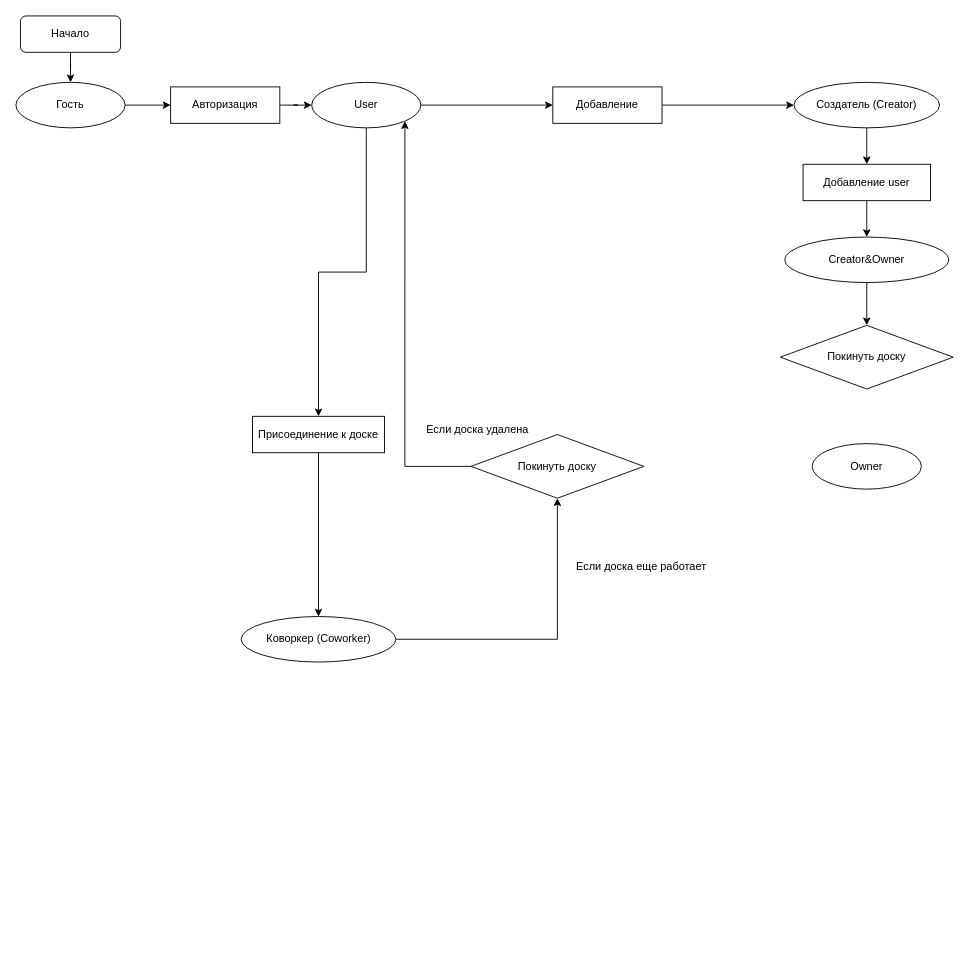
The draw.io diagram Notes.drawio in IvanPolov/team-notes, before the edit. Source tidied: cells renumbered, new cells numbered last; positions are measured from the earlier drawing's top-left corner, leaving out a move shared by most shapes. Both pictures are drawn from the tidied source at 91%, with x=0, y=0 at pixel (15, 15).
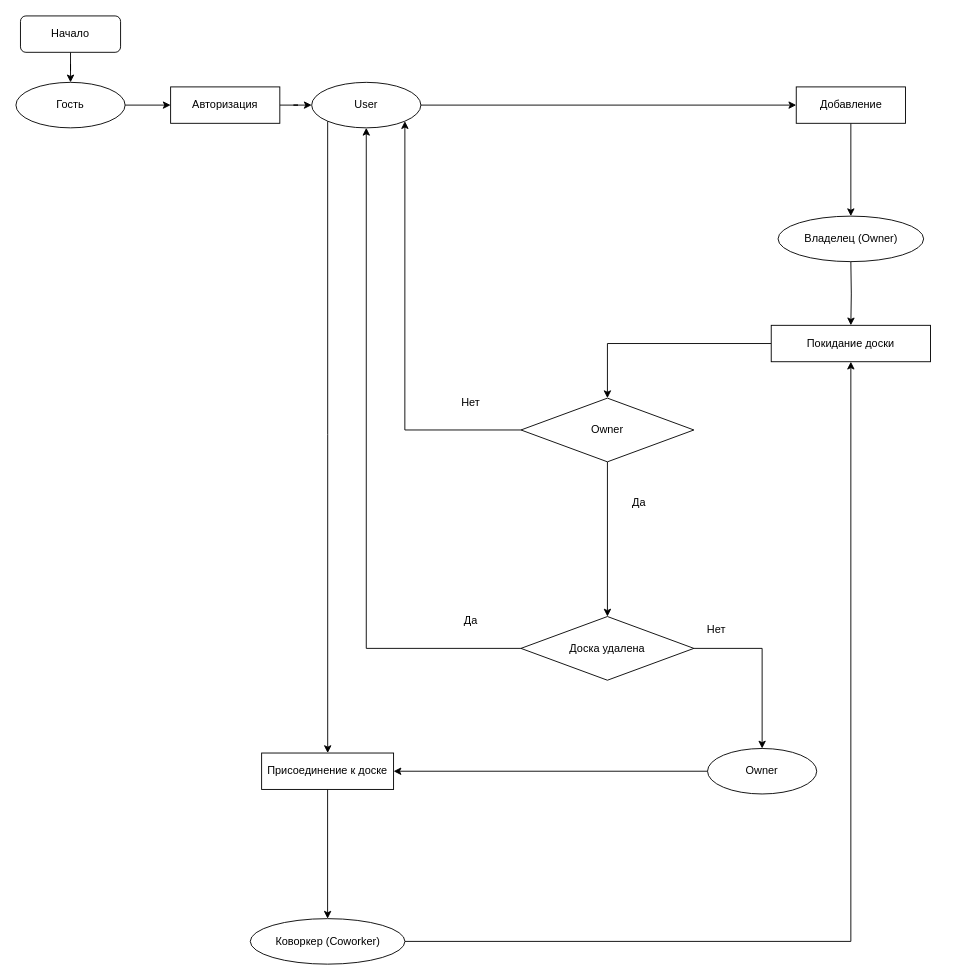
After the change.

The change refers to these unchanged cells:
```xml
<mxCell id="10" value="User" style="ellipse;whiteSpace=wrap;html=1;" parent="1" vertex="1">
  <mxGeometry x="325" y="73" width="120" height="50" as="geometry" />
</mxCell>
```

Diff of the diagram source:
```diff
@@
-    <mxCell id="8" style="edgeStyle=orthogonalEdgeStyle;rounded=0;jettySize=auto;html=1;" parent="1" edge="1" source="10" target="25">
-      <mxGeometry relative="1" as="geometry" />
+    <mxCell id="8" style="edgeStyle=orthogonalEdgeStyle;rounded=0;jettySize=auto;html=1;exitX=0;exitY=1;exitDx=0;exitDy=0;" parent="1" edge="1" source="10" target="25">
+      <mxGeometry relative="1" as="geometry">
+        <Array as="points">
+          <mxPoint x="343" y="460" />
+          <mxPoint x="343" y="460" />
+        </Array>
+      </mxGeometry>
     </mxCell>
@@
-    <mxCell id="11" style="edgeStyle=orthogonalEdgeStyle;rounded=0;jettySize=auto;html=1;" parent="1" edge="1" source="12" target="19">
-      <mxGeometry relative="1" as="geometry" />
-    </mxCell>
-    <mxCell id="12" value="Добавление user" style="rounded=0;whiteSpace=wrap;html=1;" parent="1" vertex="1">
-      <mxGeometry x="865" y="163" width="140" height="40" as="geometry" />
-    </mxCell>
@@
     <mxCell id="14" value="Добавление" style="rounded=0;whiteSpace=wrap;html=1;" parent="1" vertex="1">
-      <mxGeometry x="590" y="78" width="120" height="40" as="geometry" />
+      <mxGeometry x="857.5" y="78" width="120" height="40" as="geometry" />
     </mxCell>
+    <mxCell id="29" style="edgeStyle=orthogonalEdgeStyle;rounded=0;jettySize=auto;html=1;" parent="1" edge="1" source="15" target="25">
+      <mxGeometry relative="1" as="geometry" />
+    </mxCell>
     <mxCell id="15" value="Owner" style="ellipse;whiteSpace=wrap;html=1;" parent="1" vertex="1">
-      <mxGeometry x="875" y="470" width="120" height="50" as="geometry" />
+      <mxGeometry x="760" y="805" width="120" height="50" as="geometry" />
     </mxCell>
-    <mxCell id="16" style="edgeStyle=orthogonalEdgeStyle;rounded=0;jettySize=auto;html=1;entryX=0.5;entryY=1;entryDx=0;entryDy=0;" parent="1" edge="1" source="17" target="23">
-      <mxGeometry relative="1" as="geometry">
-        <Array as="points">
-          <mxPoint x="595" y="685" />
-        </Array>
-      </mxGeometry>
-    </mxCell>
+    <mxCell id="30" style="edgeStyle=orthogonalEdgeStyle;rounded=0;jettySize=auto;html=1;entryX=0.5;entryY=1;entryDx=0;entryDy=0;" parent="1" edge="1" source="17" target="34">
+      <mxGeometry relative="1" as="geometry" />
+    </mxCell>
     <mxCell id="17" value="Коворкер (Coworker)" style="ellipse;whiteSpace=wrap;html=1;" parent="1" vertex="1">
-      <mxGeometry x="247.5" y="660" width="170" height="50" as="geometry" />
+      <mxGeometry x="257.5" y="992" width="170" height="50" as="geometry" />
     </mxCell>
-    <mxCell id="18" style="edgeStyle=orthogonalEdgeStyle;rounded=0;jettySize=auto;html=1;" parent="1" edge="1" source="19" target="28">
-      <mxGeometry relative="1" as="geometry" />
+    <mxCell id="18" style="edgeStyle=orthogonalEdgeStyle;rounded=0;jettySize=auto;html=1;" parent="1" edge="1" target="34">
+      <mxGeometry relative="1" as="geometry">
+        <mxPoint x="917.5" y="270" as="sourcePoint" />
+      </mxGeometry>
     </mxCell>
-    <mxCell id="19" value="Creator&amp;amp;Owner" style="ellipse;whiteSpace=wrap;html=1;" parent="1" vertex="1">
-      <mxGeometry x="845" y="243" width="180" height="50" as="geometry" />
-    </mxCell>
-    <mxCell id="20" style="edgeStyle=orthogonalEdgeStyle;rounded=0;jettySize=auto;html=1;entryX=0.5;entryY=0;entryDx=0;entryDy=0;" parent="1" edge="1" source="21" target="12">
-      <mxGeometry relative="1" as="geometry" />
-    </mxCell>
-    <mxCell id="21" value="Создатель (Creator)" style="ellipse;whiteSpace=wrap;html=1;" parent="1" vertex="1">
-      <mxGeometry x="855" y="73" width="160" height="50" as="geometry" />
+    <mxCell id="21" value="Владелец (Owner)" style="ellipse;whiteSpace=wrap;html=1;" parent="1" vertex="1">
+      <mxGeometry x="837.5" y="220" width="160" height="50" as="geometry" />
     </mxCell>
-    <mxCell id="22" style="edgeStyle=orthogonalEdgeStyle;rounded=0;jettySize=auto;html=1;entryX=1;entryY=1;entryDx=0;entryDy=0;" parent="1" edge="1" source="23" target="10">
-      <mxGeometry relative="1" as="geometry" />
-    </mxCell>
-    <mxCell id="23" value="Покинуть доску" style="rhombus;whiteSpace=wrap;html=1;" parent="1" vertex="1">
-      <mxGeometry x="500" y="460" width="190" height="70" as="geometry" />
-    </mxCell>
     <mxCell id="24" style="edgeStyle=orthogonalEdgeStyle;rounded=0;jettySize=auto;html=1;" parent="1" edge="1" source="25" target="17">
-      <mxGeometry relative="1" as="geometry">
-        <Array as="points">
-          <mxPoint x="333" y="550" />
-          <mxPoint x="333" y="550" />
-        </Array>
-      </mxGeometry>
+      <mxGeometry relative="1" as="geometry" />
     </mxCell>
     <mxCell id="25" value="Присоединение к доске" style="rounded=0;whiteSpace=wrap;html=1;" parent="1" vertex="1">
-      <mxGeometry x="260" y="440" width="145" height="40" as="geometry" />
+      <mxGeometry x="270" y="810" width="145" height="40" as="geometry" />
     </mxCell>
-    <mxCell id="26" value="Если доска удалена" style="text;html=1;strokeColor=none;fillColor=none;align=center;verticalAlign=middle;whiteSpace=wrap;rounded=0;" parent="1" vertex="1">
-      <mxGeometry x="430" y="440" width="155" height="30" as="geometry" />
+    <mxCell id="26" value="Да" style="text;html=1;strokeColor=none;fillColor=none;align=center;verticalAlign=middle;whiteSpace=wrap;rounded=0;" parent="1" vertex="1">
+      <mxGeometry x="480" y="650" width="40" height="30" as="geometry" />
     </mxCell>
-    <mxCell id="27" value="Если доска еще работает" style="text;html=1;strokeColor=none;fillColor=none;align=center;verticalAlign=middle;whiteSpace=wrap;rounded=0;" parent="1" vertex="1">
-      <mxGeometry x="610" y="590" width="155" height="30" as="geometry" />
-    </mxCell>
+    <mxCell id="31" style="edgeStyle=orthogonalEdgeStyle;rounded=0;jettySize=auto;html=1;" parent="1" edge="1" source="28" target="15">
+      <mxGeometry relative="1" as="geometry" />
+    </mxCell>
+    <mxCell id="32" style="edgeStyle=orthogonalEdgeStyle;rounded=0;jettySize=auto;html=1;entryX=0.5;entryY=1;entryDx=0;entryDy=0;" parent="1" edge="1" source="28" target="10">
+      <mxGeometry relative="1" as="geometry" />
+    </mxCell>
-    <mxCell id="28" value="Покинуть доску" style="rhombus;whiteSpace=wrap;html=1;" parent="1" vertex="1">
-      <mxGeometry x="840" y="340" width="190" height="70" as="geometry" />
+    <mxCell id="28" value="Доска удалена" style="rhombus;whiteSpace=wrap;html=1;" parent="1" vertex="1">
+      <mxGeometry x="555" y="660" width="190" height="70" as="geometry" />
     </mxCell>
+    <mxCell id="33" style="edgeStyle=orthogonalEdgeStyle;rounded=0;jettySize=auto;html=1;entryX=0.5;entryY=0;entryDx=0;entryDy=0;" parent="1" edge="1" source="34" target="38">
+      <mxGeometry relative="1" as="geometry" />
+    </mxCell>
+    <mxCell id="34" value="Покидание доски" style="rounded=0;whiteSpace=wrap;html=1;" parent="1" vertex="1">
+      <mxGeometry x="830" y="340" width="175" height="40" as="geometry" />
+    </mxCell>
+    <mxCell id="35" value="Нет" style="text;html=1;strokeColor=none;fillColor=none;align=center;verticalAlign=middle;whiteSpace=wrap;rounded=0;" parent="1" vertex="1">
+      <mxGeometry x="750" y="660" width="40" height="30" as="geometry" />
+    </mxCell>
+    <mxCell id="36" style="edgeStyle=orthogonalEdgeStyle;rounded=0;jettySize=auto;html=1;entryX=0.5;entryY=0;entryDx=0;entryDy=0;" parent="1" edge="1" source="38" target="28">
+      <mxGeometry relative="1" as="geometry" />
+    </mxCell>
+    <mxCell id="37" style="edgeStyle=orthogonalEdgeStyle;rounded=0;jettySize=auto;html=1;entryX=1;entryY=1;entryDx=0;entryDy=0;" parent="1" edge="1" source="38" target="10">
+      <mxGeometry relative="1" as="geometry" />
+    </mxCell>
+    <mxCell id="38" value="Owner" style="rhombus;whiteSpace=wrap;html=1;" parent="1" vertex="1">
+      <mxGeometry x="555" y="420" width="190" height="70" as="geometry" />
+    </mxCell>
+    <mxCell id="39" value="Да" style="text;html=1;strokeColor=none;fillColor=none;align=center;verticalAlign=middle;whiteSpace=wrap;rounded=0;" parent="1" vertex="1">
+      <mxGeometry x="665" y="520" width="40" height="30" as="geometry" />
+    </mxCell>
+    <mxCell id="40" value="Нет" style="text;html=1;strokeColor=none;fillColor=none;align=center;verticalAlign=middle;whiteSpace=wrap;rounded=0;" parent="1" vertex="1">
+      <mxGeometry x="480" y="410" width="40" height="30" as="geometry" />
+    </mxCell>
```
